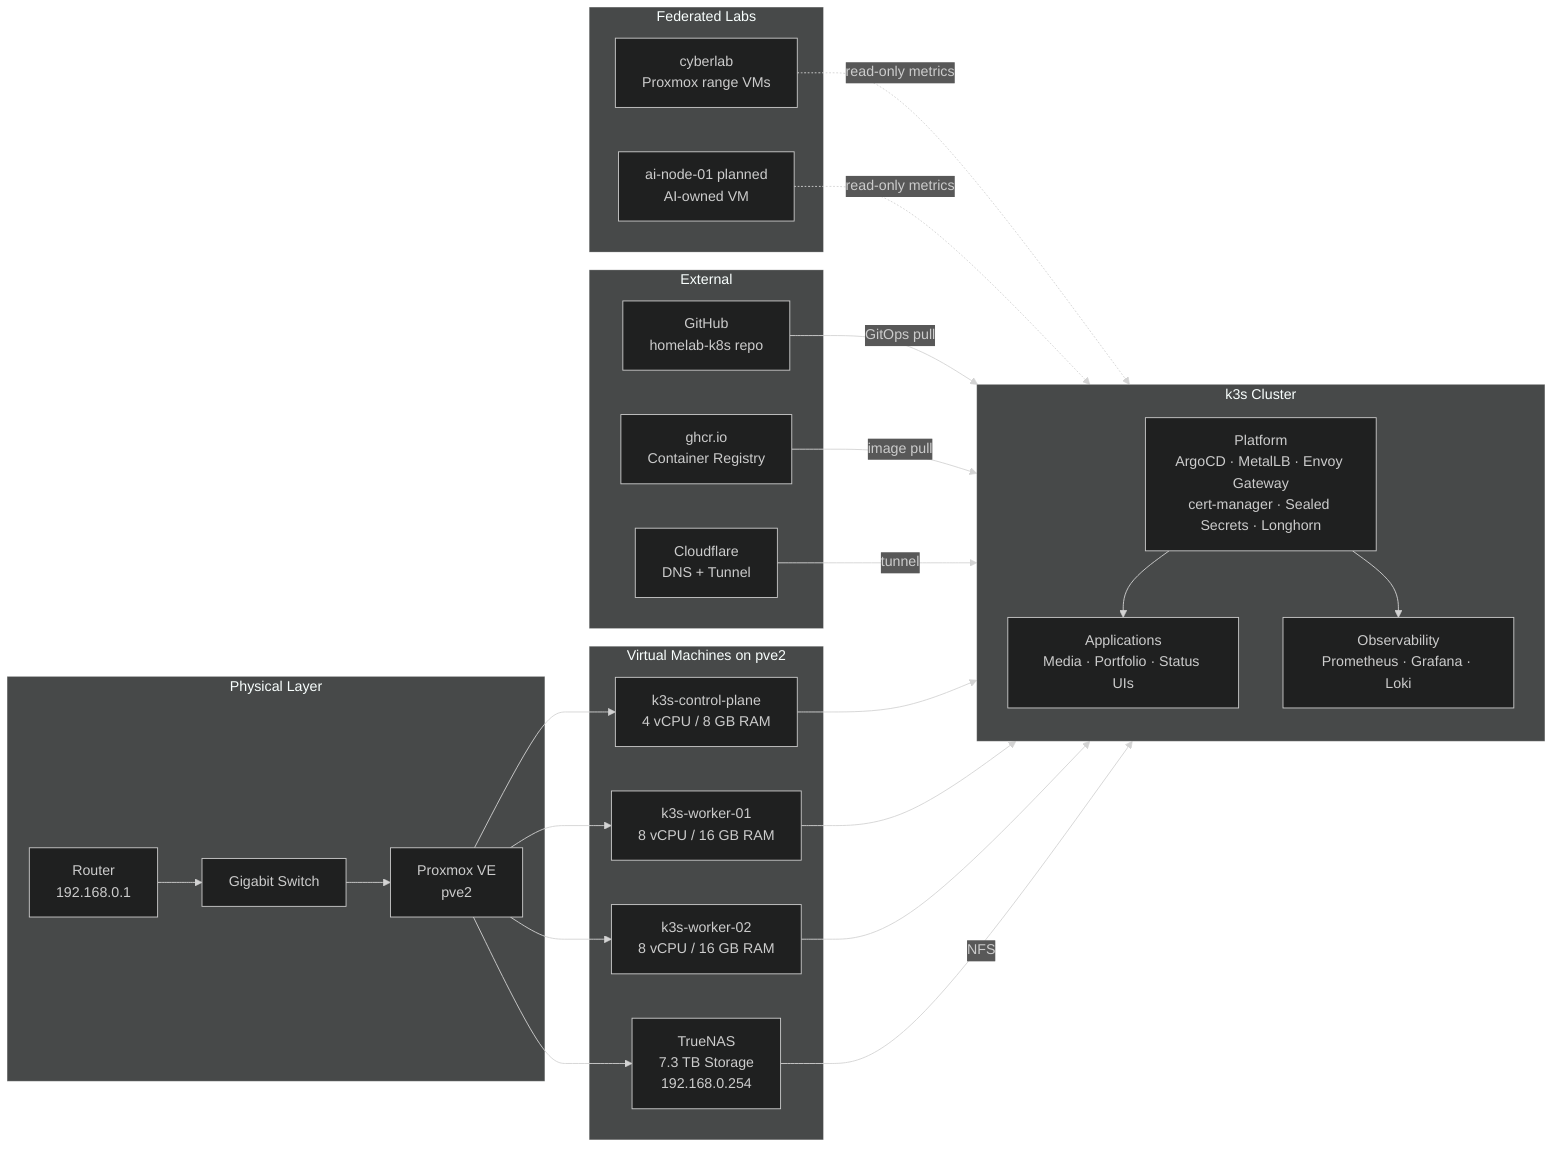
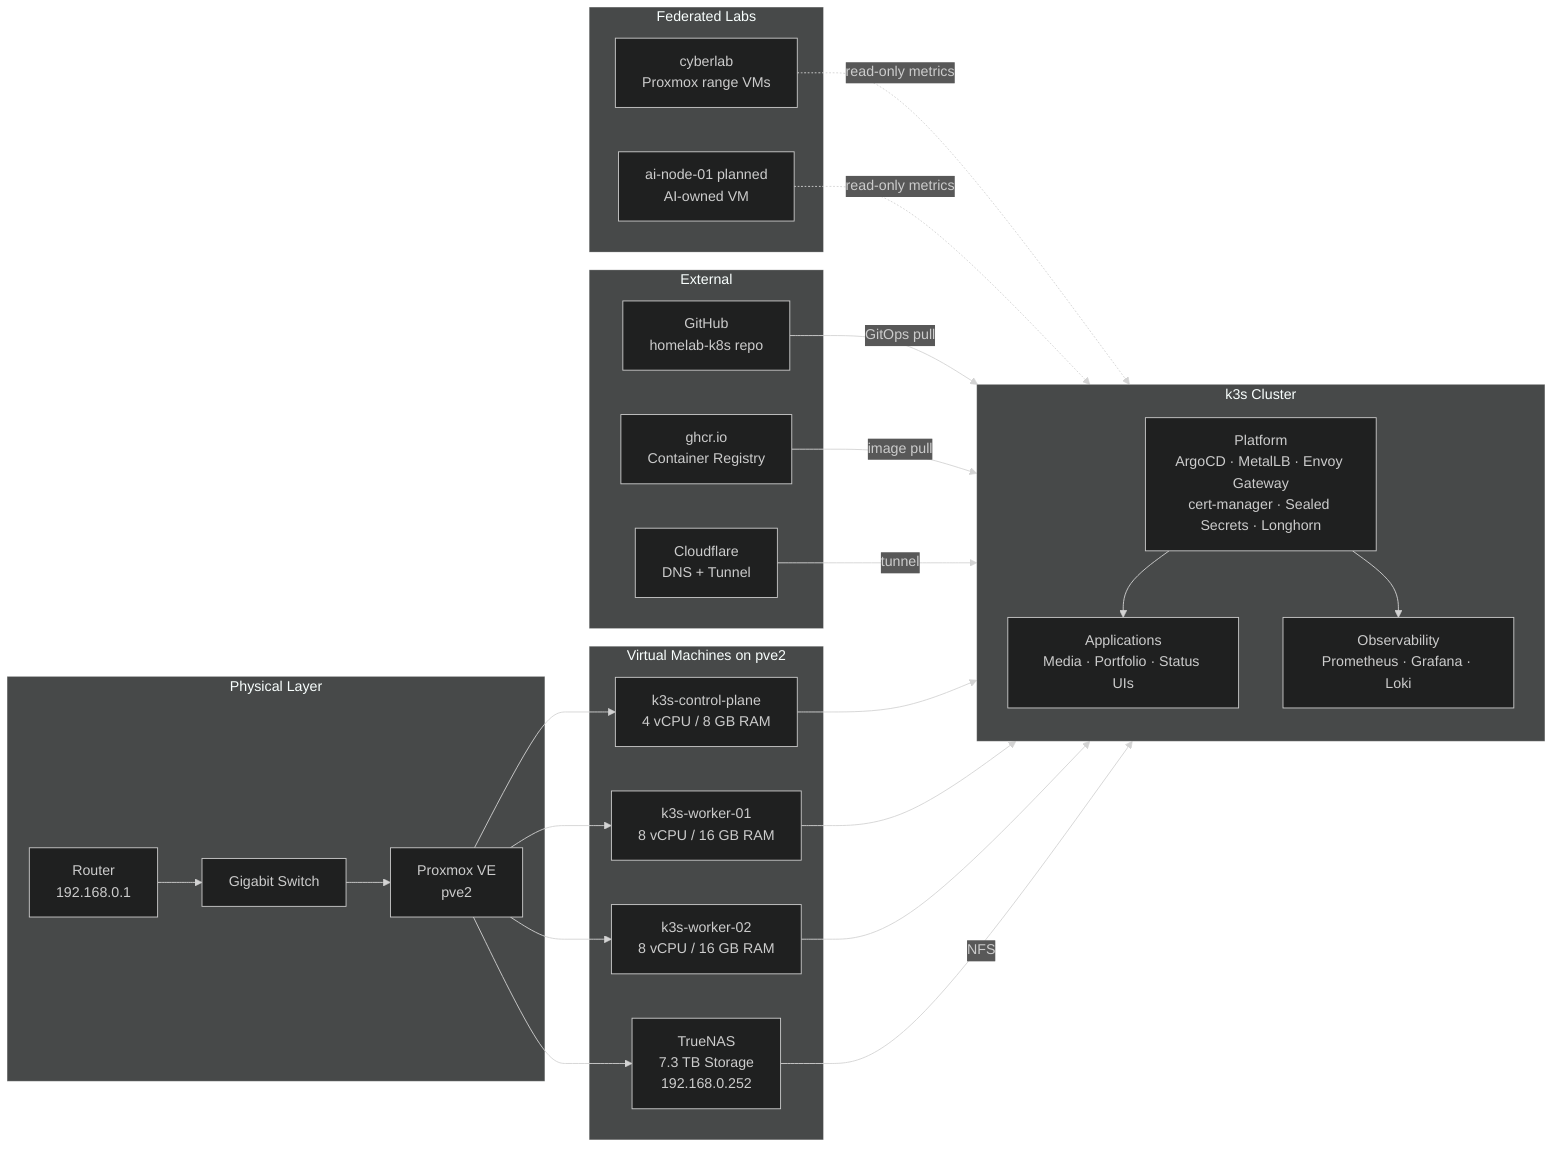
%%{ init: { "theme": "dark" } }%%
flowchart LR
    subgraph Physical["Physical Layer"]
        Router["Router\n192.168.0.1"]
        Switch["Gigabit Switch"]
        PVE["Proxmox VE\npve2"]
    end

    subgraph VMs["Virtual Machines on pve2"]
        CP["k3s-control-plane\n4 vCPU / 8 GB RAM"]
        W1["k3s-worker-01\n8 vCPU / 16 GB RAM"]
        W2["k3s-worker-02\n8 vCPU / 16 GB RAM"]
-         TN["TrueNAS\n7.3 TB Storage\n192.168.0.254"]
+         TN["TrueNAS\n7.3 TB Storage\n192.168.0.252"]
    end

    subgraph FederatedLabs["Federated Labs"]
        CYB["cyberlab\nProxmox range VMs"]
        AI["ai-node-01 planned\nAI-owned VM"]
    end

    subgraph Cluster["k3s Cluster"]
        direction TB
        Platform["Platform\nArgoCD · MetalLB · Envoy Gateway\ncert-manager · Sealed Secrets · Longhorn"]
        Apps["Applications\nMedia · Portfolio · Status UIs"]
        Obs["Observability\nPrometheus · Grafana · Loki"]
    end

    subgraph External["External"]
        CF["Cloudflare\nDNS + Tunnel"]
        GHCR["ghcr.io\nContainer Registry"]
        GitHub["GitHub\nhomelab-k8s repo"]
    end

    Router --> Switch
    Switch --> PVE
    PVE --> CP
    PVE --> W1
    PVE --> W2
    PVE --> TN

    CP --> Cluster
    W1 --> Cluster
    W2 --> Cluster
    TN -->|"NFS"| Cluster
    CYB -.->|"read-only metrics"| Obs
    AI -.->|"read-only metrics"| Obs

    GitHub -->|"GitOps pull"| Platform
    GHCR -->|"image pull"| Apps
    CF -->|"tunnel"| Apps

    Platform --> Apps
    Platform --> Obs
